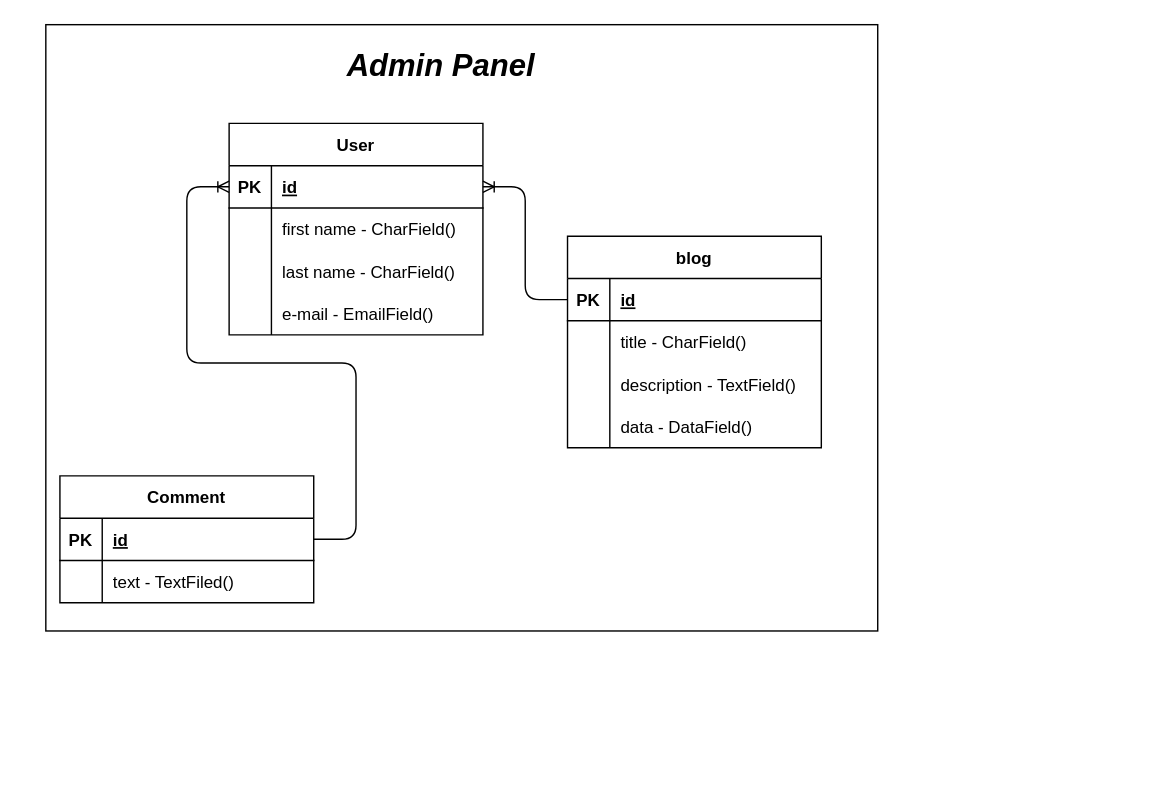
Above: block.dio in Bohdan11Dii/blog (draw.io), before the change. Source tidied: cells renumbered, new cells numbered last; positions are measured from the earlier drawing's top-left corner, leaving out a move shared by most shapes. Both pictures are drawn from the tidied source at 141%, with x=0, y=0 at pixel (45, 24).
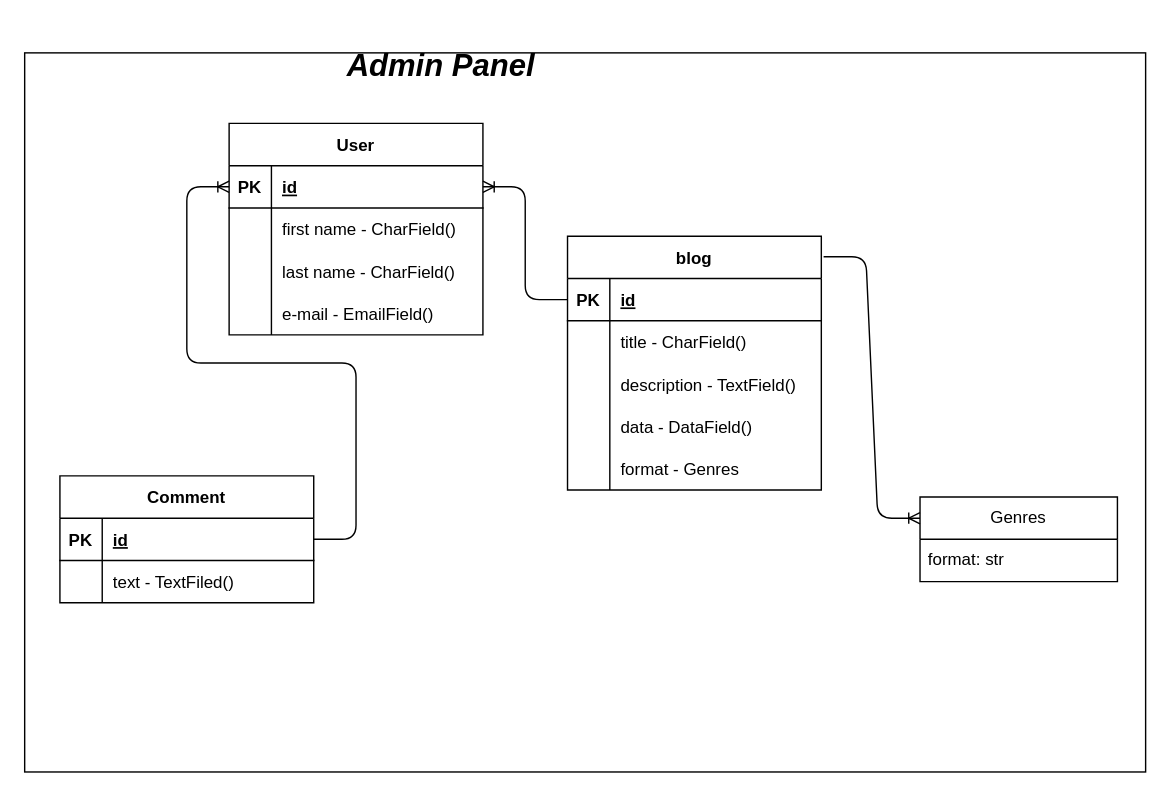
The same diagram, later.

Change to the diagram source:
```diff
@@
     <mxCell id="2" style="rounded=0;whiteSpace=wrap;html=1;" parent="1" vertex="1">
-      <mxGeometry width="590" height="430" as="geometry" />
+      <mxGeometry x="-15" y="20" width="795" height="510" as="geometry" />
     </mxCell>
@@
     <mxCell id="16" value="blog" style="shape=table;startSize=30;childLayout=tableLayout;rowLines=0;fontStyle=1;align=center;" parent="1" vertex="1">
-      <mxGeometry x="370" y="150" width="180" height="150" as="geometry" />
+      <mxGeometry x="370" y="150" width="180" height="180" as="geometry" />
     </mxCell>
@@
+    <mxCell id="39" style="shape=tableRow;horizontal=0;startSize=0;swimlaneHead=0;swimlaneBody=0;fillColor=none;top=0;left=0;right=0;bottom=0;" parent="16" vertex="1">
+      <mxGeometry y="150" width="180" height="30" as="geometry" />
+    </mxCell>
+    <mxCell id="40" style="shape=partialRectangle;fillColor=none;top=0;left=0;bottom=0;right=0;overflow=hidden;" parent="39" vertex="1">
+      <mxGeometry width="30" height="30" as="geometry" />
+    </mxCell>
+    <mxCell id="41" value="format - Genres" style="shape=partialRectangle;fillColor=none;top=0;left=0;bottom=0;right=0;align=left;spacingLeft=6;overflow=hidden;" parent="39" vertex="1">
+      <mxGeometry x="30" width="150" height="30" as="geometry" />
+    </mxCell>
@@
+    <mxCell id="42" value="Genres" style="swimlane;fontStyle=0;horizontal=1;startSize=30;whiteSpace=wrap;html=1;" parent="1" vertex="1">
+      <mxGeometry x="620" y="335" width="140" height="60" as="geometry" />
+    </mxCell>
+    <mxCell id="43" value="format: str" style="text;strokeColor=none;fillColor=none;align=left;verticalAlign=middle;spacingLeft=4;spacingRight=4;overflow=hidden;whiteSpace=wrap;html=1;" parent="42" vertex="1">
+      <mxGeometry y="30" width="140" height="30" as="geometry" />
+    </mxCell>
+    <mxCell id="44" style="edgeStyle=entityRelationEdgeStyle;fontSize=12;html=1;endArrow=ERoneToMany;exitX=1.009;exitY=0.081;exitDx=0;exitDy=0;exitPerimeter=0;entryX=0;entryY=0.25;entryDx=0;entryDy=0;" parent="1" edge="1" source="16" target="42">
+      <mxGeometry relative="1" as="geometry" />
+    </mxCell>
```
